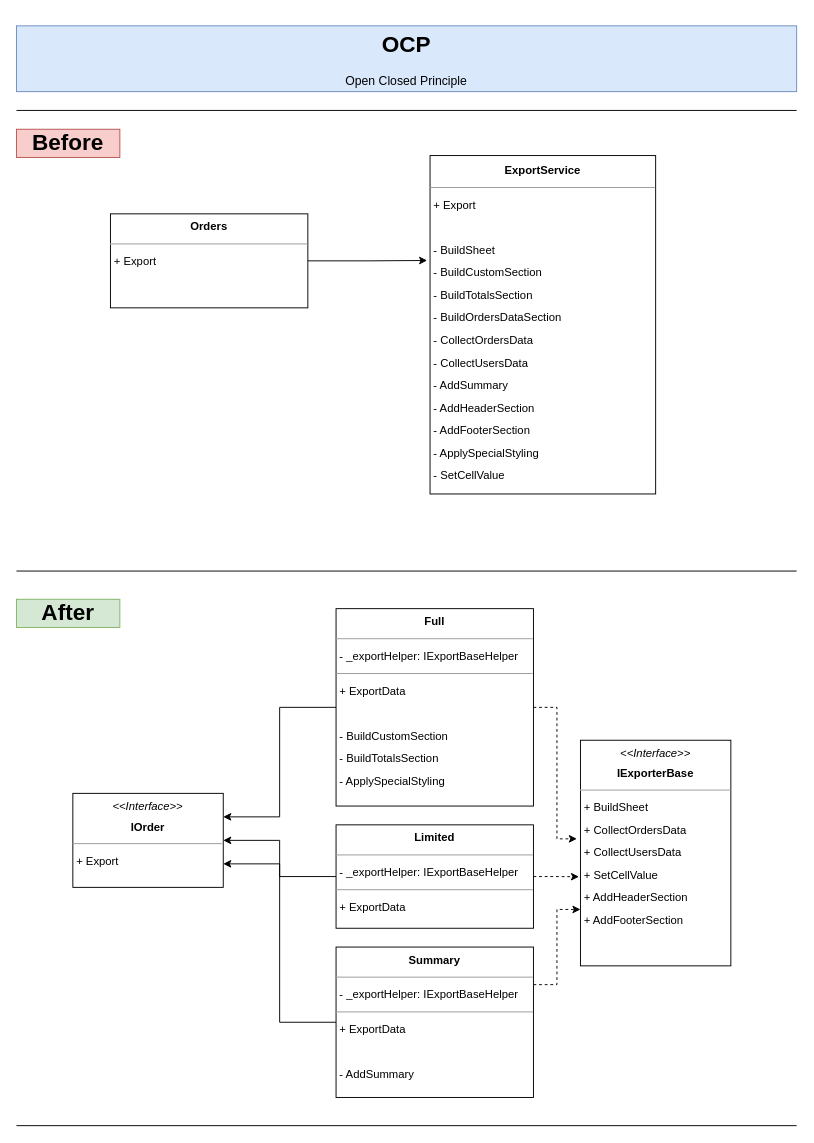
svilenp/Principles keeps this draw.io diagram as Diagrams/OCP.drawio. Above is the earlier version. Source tidied: cells renumbered, new cells numbered last; positions are measured from the earlier drawing's top-left corner, leaving out a move shared by most shapes. Both pictures are drawn from the tidied source at 94%, with x=0, y=0 at pixel (16, 25).
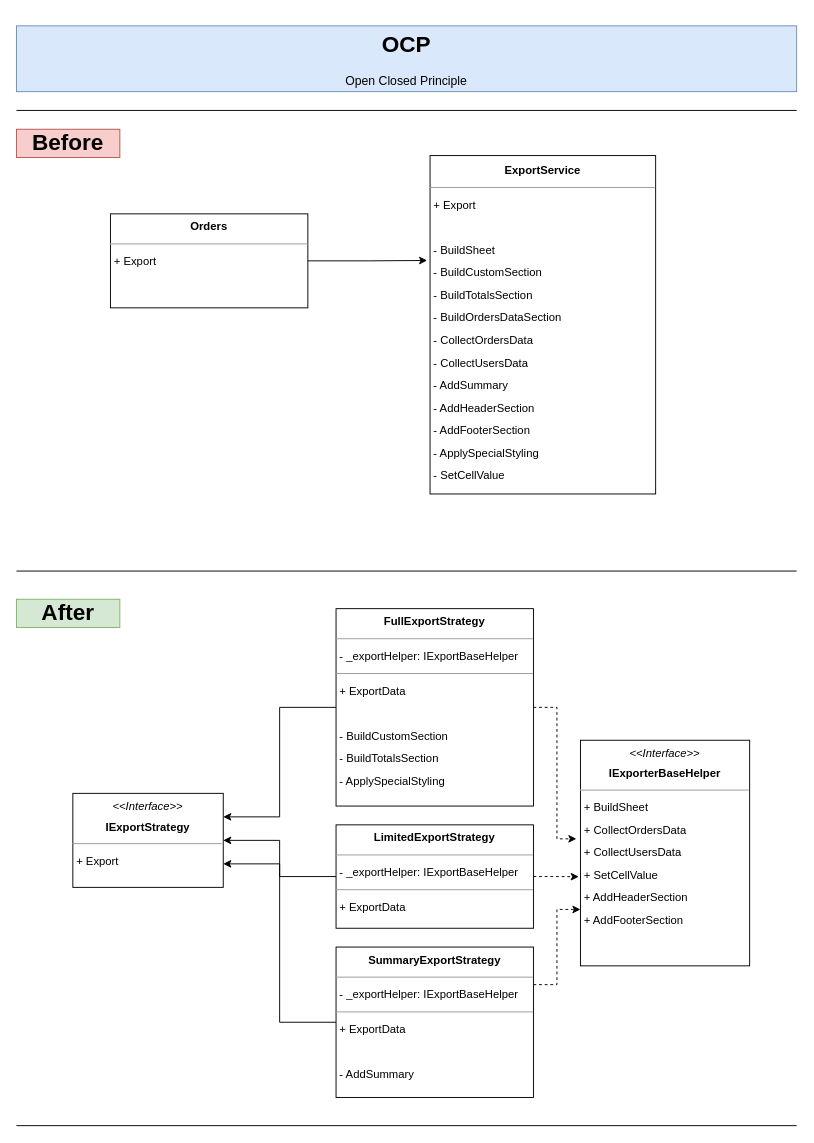
The same page after the edit.

Change to the diagram source:
```diff
@@
-    <mxCell id="9" value="&lt;p style=&quot;margin: 4px 0px 0px; text-align: center; line-height: 180%;&quot;&gt;&lt;b&gt;Limited&lt;/b&gt;&lt;br&gt;&lt;/p&gt;&lt;hr style=&quot;line-height: 180%;&quot; size=&quot;1&quot;&gt;&lt;p style=&quot;margin: 0px 0px 0px 4px; line-height: 180%;&quot;&gt;&lt;/p&gt;&lt;p style=&quot;border-color: var(--border-color); margin: 0px 0px 0px 4px; line-height: 24px;&quot;&gt;- _exportHelper: IExportBaseHelper&lt;/p&gt;&lt;hr style=&quot;border-color: var(--border-color); line-height: 24px;&quot; size=&quot;1&quot;&gt;&lt;p style=&quot;border-color: var(--border-color); margin: 0px 0px 0px 4px; line-height: 24px;&quot;&gt;+ ExportData&amp;nbsp;&lt;/p&gt;&lt;p style=&quot;border-color: var(--border-color); margin: 0px 0px 0px 4px; line-height: 24px;&quot;&gt;&lt;br style=&quot;border-color: var(--border-color);&quot;&gt;&lt;/p&gt;&lt;p style=&quot;border-color: var(--border-color); margin: 0px 0px 0px 4px; line-height: 24px;&quot;&gt;&lt;br&gt;&lt;/p&gt;" style="verticalAlign=top;align=left;overflow=fill;fontSize=12;fontFamily=Helvetica;html=1;whiteSpace=wrap;" parent="1" vertex="1">
+    <mxCell id="9" value="&lt;p style=&quot;margin: 4px 0px 0px; text-align: center; line-height: 180%;&quot;&gt;&lt;b&gt;LimitedExportStrategy&lt;/b&gt;&lt;br&gt;&lt;/p&gt;&lt;hr style=&quot;line-height: 180%;&quot; size=&quot;1&quot;&gt;&lt;p style=&quot;margin: 0px 0px 0px 4px; line-height: 180%;&quot;&gt;&lt;/p&gt;&lt;p style=&quot;border-color: var(--border-color); margin: 0px 0px 0px 4px; line-height: 24px;&quot;&gt;- _exportHelper: IExportBaseHelper&lt;/p&gt;&lt;hr style=&quot;border-color: var(--border-color); line-height: 24px;&quot; size=&quot;1&quot;&gt;&lt;p style=&quot;border-color: var(--border-color); margin: 0px 0px 0px 4px; line-height: 24px;&quot;&gt;+ ExportData&amp;nbsp;&lt;/p&gt;&lt;p style=&quot;border-color: var(--border-color); margin: 0px 0px 0px 4px; line-height: 24px;&quot;&gt;&lt;br style=&quot;border-color: var(--border-color);&quot;&gt;&lt;/p&gt;&lt;p style=&quot;border-color: var(--border-color); margin: 0px 0px 0px 4px; line-height: 24px;&quot;&gt;&lt;br&gt;&lt;/p&gt;" style="verticalAlign=top;align=left;overflow=fill;fontSize=12;fontFamily=Helvetica;html=1;whiteSpace=wrap;" parent="1" vertex="1">
       <mxGeometry x="340" y="850" width="210" height="110" as="geometry" />
     </mxCell>
-    <mxCell id="10" value="&lt;p style=&quot;margin: 4px 0px 0px; text-align: center; line-height: 180%;&quot;&gt;&lt;i&gt;&amp;lt;&amp;lt;Interface&amp;gt;&amp;gt;&lt;/i&gt;&lt;br&gt;&lt;b&gt;IOrder&lt;/b&gt;&lt;br&gt;&lt;/p&gt;&lt;hr style=&quot;line-height: 180%;&quot; size=&quot;1&quot;&gt;&lt;p style=&quot;margin: 0px 0px 0px 4px; line-height: 180%;&quot;&gt;&lt;/p&gt;&lt;p style=&quot;border-color: var(--border-color); margin: 0px 0px 0px 4px; line-height: 24px;&quot;&gt;&lt;span style=&quot;background-color: initial;&quot;&gt;+ Export&lt;/span&gt;&lt;br&gt;&lt;/p&gt;&lt;p style=&quot;border-color: var(--border-color); margin: 0px 0px 0px 4px; line-height: 24px;&quot;&gt;&lt;br&gt;&lt;/p&gt;" style="verticalAlign=top;align=left;overflow=fill;fontSize=12;fontFamily=Helvetica;html=1;whiteSpace=wrap;" parent="1" vertex="1">
+    <mxCell id="10" value="&lt;p style=&quot;margin: 4px 0px 0px; text-align: center; line-height: 180%;&quot;&gt;&lt;i&gt;&amp;lt;&amp;lt;Interface&amp;gt;&amp;gt;&lt;/i&gt;&lt;br&gt;&lt;b&gt;IExportStrategy&lt;/b&gt;&lt;br&gt;&lt;/p&gt;&lt;hr style=&quot;line-height: 180%;&quot; size=&quot;1&quot;&gt;&lt;p style=&quot;margin: 0px 0px 0px 4px; line-height: 180%;&quot;&gt;&lt;/p&gt;&lt;p style=&quot;border-color: var(--border-color); margin: 0px 0px 0px 4px; line-height: 24px;&quot;&gt;&lt;span style=&quot;background-color: initial;&quot;&gt;+ Export&lt;/span&gt;&lt;br&gt;&lt;/p&gt;&lt;p style=&quot;border-color: var(--border-color); margin: 0px 0px 0px 4px; line-height: 24px;&quot;&gt;&lt;br&gt;&lt;/p&gt;" style="verticalAlign=top;align=left;overflow=fill;fontSize=12;fontFamily=Helvetica;html=1;whiteSpace=wrap;" parent="1" vertex="1">
       <mxGeometry x="60" y="816.5" width="160" height="100" as="geometry" />
     </mxCell>
@@
-    <mxCell id="15" value="&lt;p style=&quot;margin: 4px 0px 0px; text-align: center; line-height: 180%;&quot;&gt;&lt;b&gt;Full&lt;/b&gt;&lt;br&gt;&lt;/p&gt;&lt;hr style=&quot;line-height: 180%;&quot; size=&quot;1&quot;&gt;&lt;p style=&quot;margin: 0px 0px 0px 4px; line-height: 180%;&quot;&gt;&lt;/p&gt;&lt;p style=&quot;border-color: var(--border-color); margin: 0px 0px 0px 4px; line-height: 24px;&quot;&gt;- _exportHelper: IExportBaseHelper&lt;/p&gt;&lt;hr style=&quot;border-color: var(--border-color); line-height: 24px;&quot; size=&quot;1&quot;&gt;&lt;p style=&quot;border-color: var(--border-color); margin: 0px 0px 0px 4px; line-height: 24px;&quot;&gt;+ ExportData&amp;nbsp;&lt;/p&gt;&lt;p style=&quot;border-color: var(--border-color); margin: 0px 0px 0px 4px; line-height: 24px;&quot;&gt;&lt;br&gt;&lt;/p&gt;&lt;p style=&quot;border-color: var(--border-color); margin: 0px 0px 0px 4px; line-height: 24px;&quot;&gt;&lt;span style=&quot;background-color: initial;&quot;&gt;- BuildCustomSection&lt;/span&gt;&lt;/p&gt;&lt;p style=&quot;border-color: var(--border-color); margin: 0px 0px 0px 4px; line-height: 24px;&quot;&gt;&lt;span style=&quot;background-color: initial;&quot;&gt;- BuildTotalsSection&lt;/span&gt;&lt;/p&gt;&lt;p style=&quot;border-color: var(--border-color); margin: 0px 0px 0px 4px; line-height: 24px;&quot;&gt;- ApplySpecialStyling&lt;/p&gt;" style="verticalAlign=top;align=left;overflow=fill;fontSize=12;fontFamily=Helvetica;html=1;whiteSpace=wrap;" parent="1" vertex="1">
+    <mxCell id="15" value="&lt;p style=&quot;margin: 4px 0px 0px; text-align: center; line-height: 180%;&quot;&gt;&lt;b&gt;FullExportStrategy&lt;/b&gt;&lt;br&gt;&lt;/p&gt;&lt;hr style=&quot;line-height: 180%;&quot; size=&quot;1&quot;&gt;&lt;p style=&quot;margin: 0px 0px 0px 4px; line-height: 180%;&quot;&gt;&lt;/p&gt;&lt;p style=&quot;border-color: var(--border-color); margin: 0px 0px 0px 4px; line-height: 24px;&quot;&gt;- _exportHelper: IExportBaseHelper&lt;/p&gt;&lt;hr style=&quot;border-color: var(--border-color); line-height: 24px;&quot; size=&quot;1&quot;&gt;&lt;p style=&quot;border-color: var(--border-color); margin: 0px 0px 0px 4px; line-height: 24px;&quot;&gt;+ ExportData&amp;nbsp;&lt;/p&gt;&lt;p style=&quot;border-color: var(--border-color); margin: 0px 0px 0px 4px; line-height: 24px;&quot;&gt;&lt;br&gt;&lt;/p&gt;&lt;p style=&quot;border-color: var(--border-color); margin: 0px 0px 0px 4px; line-height: 24px;&quot;&gt;&lt;span style=&quot;background-color: initial;&quot;&gt;- BuildCustomSection&lt;/span&gt;&lt;/p&gt;&lt;p style=&quot;border-color: var(--border-color); margin: 0px 0px 0px 4px; line-height: 24px;&quot;&gt;&lt;span style=&quot;background-color: initial;&quot;&gt;- BuildTotalsSection&lt;/span&gt;&lt;/p&gt;&lt;p style=&quot;border-color: var(--border-color); margin: 0px 0px 0px 4px; line-height: 24px;&quot;&gt;- ApplySpecialStyling&lt;/p&gt;" style="verticalAlign=top;align=left;overflow=fill;fontSize=12;fontFamily=Helvetica;html=1;whiteSpace=wrap;" parent="1" vertex="1">
       <mxGeometry x="340" y="620" width="210" height="210" as="geometry" />
     </mxCell>
@@
-    <mxCell id="18" value="&lt;p style=&quot;margin: 4px 0px 0px; text-align: center; line-height: 180%;&quot;&gt;&lt;b&gt;Summary&lt;/b&gt;&lt;br&gt;&lt;/p&gt;&lt;hr style=&quot;line-height: 180%;&quot; size=&quot;1&quot;&gt;&lt;p style=&quot;margin: 0px 0px 0px 4px; line-height: 180%;&quot;&gt;&lt;/p&gt;&lt;p style=&quot;border-color: var(--border-color); margin: 0px 0px 0px 4px; line-height: 24px;&quot;&gt;- _exportHelper: IExportBaseHelper&lt;/p&gt;&lt;hr style=&quot;border-color: var(--border-color); line-height: 24px;&quot; size=&quot;1&quot;&gt;&lt;p style=&quot;border-color: var(--border-color); margin: 0px 0px 0px 4px; line-height: 24px;&quot;&gt;+ ExportData&amp;nbsp;&lt;/p&gt;&lt;p style=&quot;border-color: var(--border-color); margin: 0px 0px 0px 4px; line-height: 24px;&quot;&gt;&lt;br&gt;&lt;/p&gt;&lt;p style=&quot;border-color: var(--border-color); margin: 0px 0px 0px 4px; line-height: 24px;&quot;&gt;- AddSummary&lt;/p&gt;" style="verticalAlign=top;align=left;overflow=fill;fontSize=12;fontFamily=Helvetica;html=1;whiteSpace=wrap;" parent="1" vertex="1">
+    <mxCell id="18" value="&lt;p style=&quot;margin: 4px 0px 0px; text-align: center; line-height: 180%;&quot;&gt;&lt;b&gt;SummaryExportStrategy&lt;/b&gt;&lt;br&gt;&lt;/p&gt;&lt;hr style=&quot;line-height: 180%;&quot; size=&quot;1&quot;&gt;&lt;p style=&quot;margin: 0px 0px 0px 4px; line-height: 180%;&quot;&gt;&lt;/p&gt;&lt;p style=&quot;border-color: var(--border-color); margin: 0px 0px 0px 4px; line-height: 24px;&quot;&gt;- _exportHelper: IExportBaseHelper&lt;/p&gt;&lt;hr style=&quot;border-color: var(--border-color); line-height: 24px;&quot; size=&quot;1&quot;&gt;&lt;p style=&quot;border-color: var(--border-color); margin: 0px 0px 0px 4px; line-height: 24px;&quot;&gt;+ ExportData&amp;nbsp;&lt;/p&gt;&lt;p style=&quot;border-color: var(--border-color); margin: 0px 0px 0px 4px; line-height: 24px;&quot;&gt;&lt;br&gt;&lt;/p&gt;&lt;p style=&quot;border-color: var(--border-color); margin: 0px 0px 0px 4px; line-height: 24px;&quot;&gt;- AddSummary&lt;/p&gt;" style="verticalAlign=top;align=left;overflow=fill;fontSize=12;fontFamily=Helvetica;html=1;whiteSpace=wrap;" parent="1" vertex="1">
       <mxGeometry x="340" y="980" width="210" height="160" as="geometry" />
     </mxCell>
-    <mxCell id="19" value="&lt;p style=&quot;margin: 4px 0px 0px; text-align: center; line-height: 180%;&quot;&gt;&lt;i&gt;&amp;lt;&amp;lt;Interface&amp;gt;&amp;gt;&lt;/i&gt;&lt;br&gt;&lt;b&gt;IExporterBase&lt;/b&gt;&lt;br&gt;&lt;/p&gt;&lt;hr style=&quot;line-height: 180%;&quot; size=&quot;1&quot;&gt;&lt;p style=&quot;margin: 0px 0px 0px 4px; line-height: 180%;&quot;&gt;&lt;/p&gt;&lt;p style=&quot;border-color: var(--border-color); margin: 0px 0px 0px 4px; line-height: 24px;&quot;&gt;&lt;span style=&quot;background-color: initial;&quot;&gt;+ BuildSheet&lt;/span&gt;&lt;/p&gt;&lt;p style=&quot;border-color: var(--border-color); margin: 0px 0px 0px 4px; line-height: 24px;&quot;&gt;+ CollectOrdersData&lt;/p&gt;&lt;p style=&quot;border-color: var(--border-color); margin: 0px 0px 0px 4px; line-height: 24px;&quot;&gt;&lt;span style=&quot;border-color: var(--border-color); background-color: initial;&quot;&gt;+ CollectUsersData&lt;/span&gt;&lt;/p&gt;&lt;p style=&quot;border-color: var(--border-color); margin: 0px 0px 0px 4px; line-height: 24px;&quot;&gt;+ SetCellValue&lt;/p&gt;&lt;p style=&quot;border-color: var(--border-color); margin: 0px 0px 0px 4px; line-height: 24px;&quot;&gt;+ AddHeaderSection&lt;/p&gt;&lt;p style=&quot;border-color: var(--border-color); margin: 0px 0px 0px 4px; line-height: 24px;&quot;&gt;+ AddFooterSection&lt;/p&gt;" style="verticalAlign=top;align=left;overflow=fill;fontSize=12;fontFamily=Helvetica;html=1;whiteSpace=wrap;" parent="1" vertex="1">
-      <mxGeometry x="600" y="760" width="160" height="240" as="geometry" />
+    <mxCell id="19" value="&lt;p style=&quot;margin: 4px 0px 0px; text-align: center; line-height: 180%;&quot;&gt;&lt;i&gt;&amp;lt;&amp;lt;Interface&amp;gt;&amp;gt;&lt;/i&gt;&lt;br&gt;&lt;b&gt;IExporterBaseHelper&lt;/b&gt;&lt;br&gt;&lt;/p&gt;&lt;hr style=&quot;line-height: 180%;&quot; size=&quot;1&quot;&gt;&lt;p style=&quot;margin: 0px 0px 0px 4px; line-height: 180%;&quot;&gt;&lt;/p&gt;&lt;p style=&quot;border-color: var(--border-color); margin: 0px 0px 0px 4px; line-height: 24px;&quot;&gt;&lt;span style=&quot;background-color: initial;&quot;&gt;+ BuildSheet&lt;/span&gt;&lt;/p&gt;&lt;p style=&quot;border-color: var(--border-color); margin: 0px 0px 0px 4px; line-height: 24px;&quot;&gt;+ CollectOrdersData&lt;/p&gt;&lt;p style=&quot;border-color: var(--border-color); margin: 0px 0px 0px 4px; line-height: 24px;&quot;&gt;&lt;span style=&quot;border-color: var(--border-color); background-color: initial;&quot;&gt;+ CollectUsersData&lt;/span&gt;&lt;/p&gt;&lt;p style=&quot;border-color: var(--border-color); margin: 0px 0px 0px 4px; line-height: 24px;&quot;&gt;+ SetCellValue&lt;/p&gt;&lt;p style=&quot;border-color: var(--border-color); margin: 0px 0px 0px 4px; line-height: 24px;&quot;&gt;+ AddHeaderSection&lt;/p&gt;&lt;p style=&quot;border-color: var(--border-color); margin: 0px 0px 0px 4px; line-height: 24px;&quot;&gt;+ AddFooterSection&lt;/p&gt;" style="verticalAlign=top;align=left;overflow=fill;fontSize=12;fontFamily=Helvetica;html=1;whiteSpace=wrap;" parent="1" vertex="1">
+      <mxGeometry x="600" y="760" width="180" height="240" as="geometry" />
     </mxCell>
```
